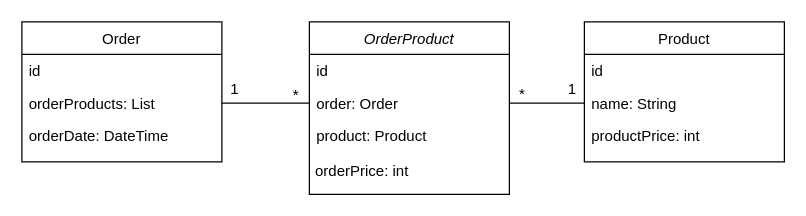
Before: doc/Untitled Diagram.drawio in kyupid/myoop, a draw.io diagram. Source tidied: cells renumbered, new cells numbered last; positions are measured from the earlier drawing's top-left corner, leaving out a move shared by most shapes. Both pictures are drawn from the tidied source at 125%, with x=0, y=0 at pixel (21, 21).
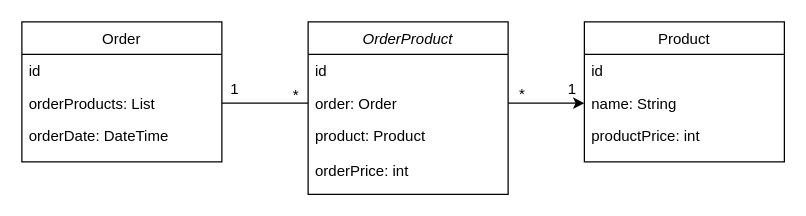
After the change.

Commit message:
연관관계 나타내는거 추가

The change refers to these unchanged cells:
```xml
<mxCell id="4" value="order: Order" style="text;align=left;verticalAlign=top;spacingLeft=4;spacingRight=4;overflow=hidden;points=[[0,0.5],[1,0.5]];portConstraint=eastwest;rounded=0;shadow=0;html=0;" parent="2" vertex="1">
  <mxGeometry y="52" width="160" height="26" as="geometry" />
</mxCell>
<mxCell id="12" value="name: String" style="text;align=left;verticalAlign=top;spacingLeft=4;spacingRight=4;overflow=hidden;points=[[0,0.5],[1,0.5]];portConstraint=eastwest;rounded=0;shadow=0;html=0;" parent="10" vertex="1">
  <mxGeometry y="52" width="160" height="26" as="geometry" />
</mxCell>
```

Diff of the diagram source:
```diff
@@
     <mxCell id="2" value="OrderProduct" style="swimlane;fontStyle=2;align=center;verticalAlign=top;horizontal=1;startSize=26;rounded=0;shadow=0;strokeWidth=1;" parent="1" vertex="1">
-      <mxGeometry x="230" width="160" height="138" as="geometry" />
+      <mxGeometry x="229" width="160" height="138" as="geometry" />
     </mxCell>
@@
-    <mxCell id="16" style="edgeStyle=orthogonalEdgeStyle;rounded=0;jettySize=auto;html=1;endArrow=none;endFill=0;strokeColor=default;entryX=0;entryY=0.5;entryDx=0;entryDy=0;" parent="1" edge="1" source="4" target="12">
+    <mxCell id="16" style="edgeStyle=orthogonalEdgeStyle;rounded=0;jettySize=auto;html=1;endArrow=classic;endFill=1;strokeColor=default;entryX=0;entryY=0.5;entryDx=0;entryDy=0;" parent="1" edge="1" source="4" target="12">
       <mxGeometry relative="1" as="geometry" />
     </mxCell>
```
